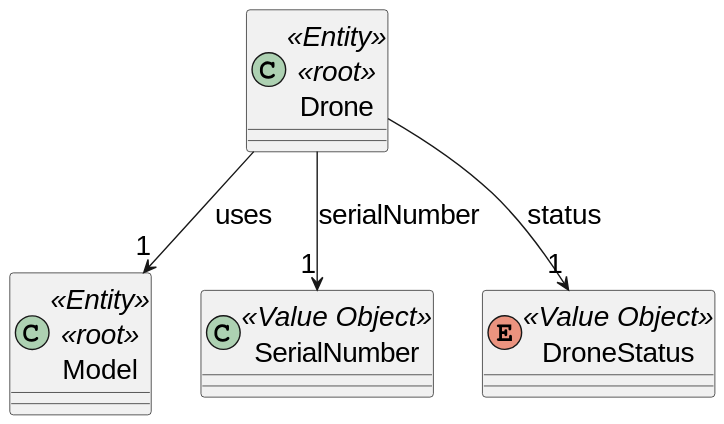
Before: docs/SPRINT_2/US241/images/domain_model_us241.svg, a diagram exported from PlantUML (diogoveirospro/sem4pi-2024-2025-sem4pi_2024_2025_g44).
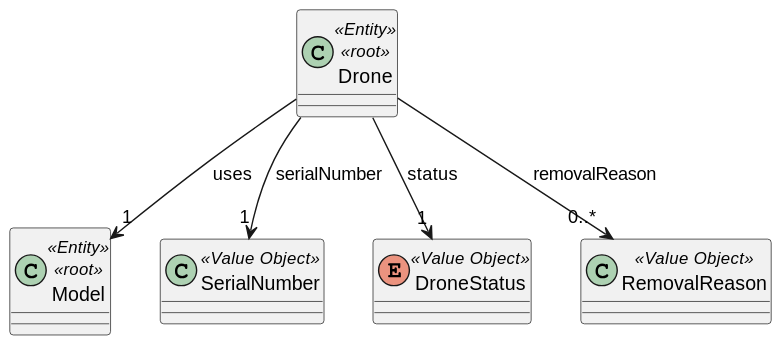
Above is the later version.

Change to the diagram source:
```diff
@@ -1,5 +1,4 @@
 @startuml
-skinparamlocked defaultFontSize 20
  class Model <<Entity>> <<root>>{
     }
 
@@ -13,7 +12,12 @@
     enum DroneStatus <<Value Object>>{
     }
 
+
+     class RemovalReason <<Value Object>>{
+        }
+
     Drone --> "1" DroneStatus: status
     Drone --> "1" SerialNumber: serialNumber
+    Drone --> "0..*" RemovalReason: removalReason
     Drone --> "1" Model: uses
 @enduml
```
